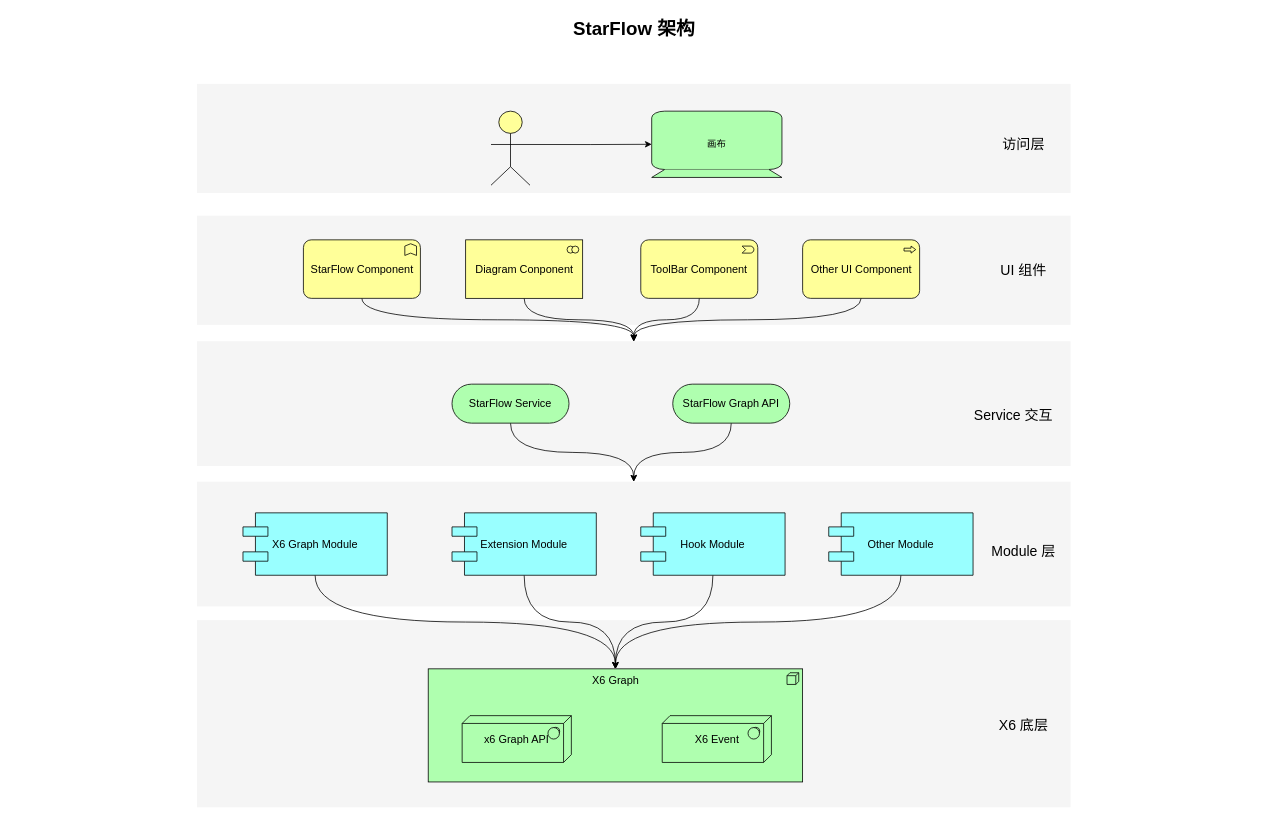
iversong/iversong keeps this draw.io diagram as 未命名绘图.drawio. Above is the earlier version. Source tidied: cells renumbered, new cells numbered last; positions are measured from the earlier drawing's top-left corner, leaving out a move shared by most shapes. Both pictures are drawn from the tidied source at 78%, with x=0, y=0 at pixel (13, 13).
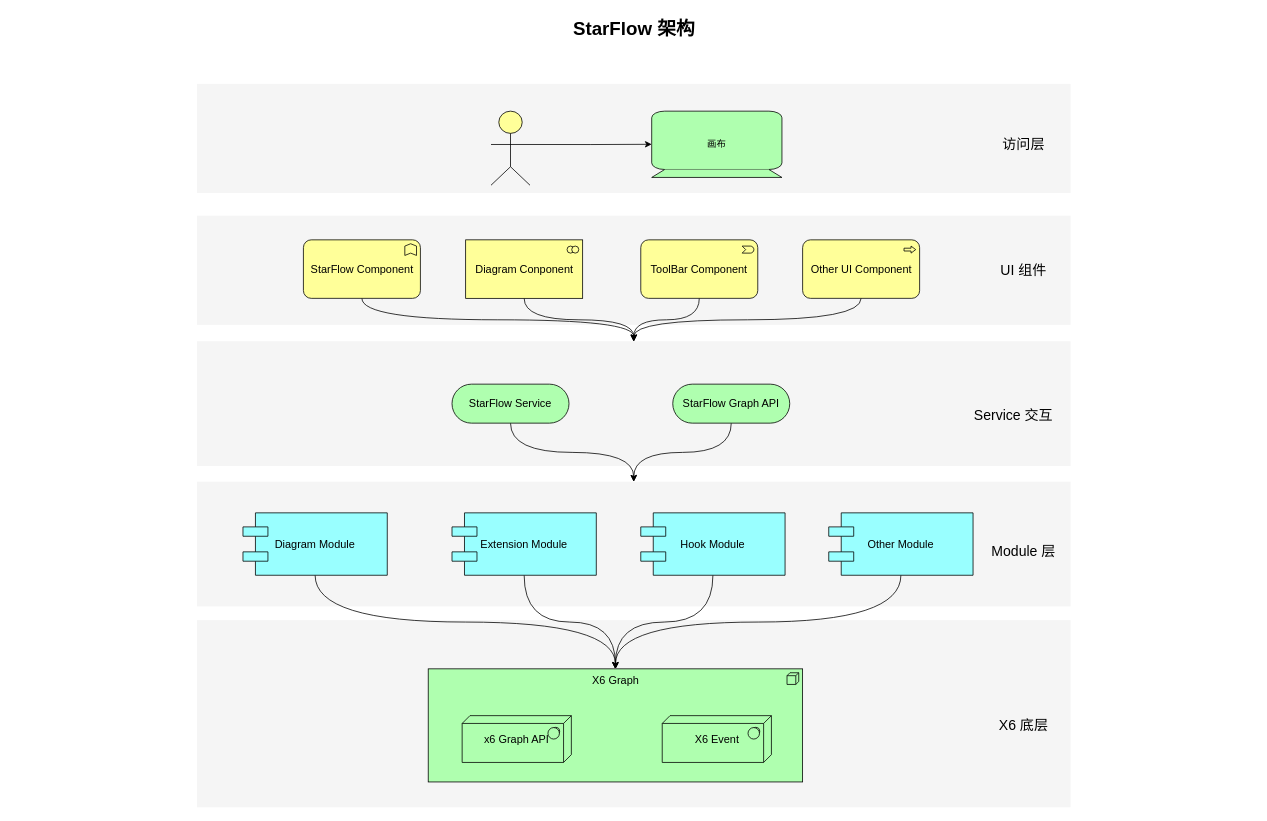
The same diagram, later.

Commit message:
更新未命名绘图.drawio

The edit, as a diff of the source:
```diff
@@
-    <mxCell id="15" value="X6 Graph Module" style="shape=component;align=center;fillColor=#99ffff;gradientColor=none;fontSize=14;" parent="1" vertex="1">
+    <mxCell id="15" value="Diagram Module" style="shape=component;align=center;fillColor=#99ffff;gradientColor=none;fontSize=14;" parent="1" vertex="1">
       <mxGeometry x="294" y="640" width="185" height="80" as="geometry" />
     </mxCell>
```
